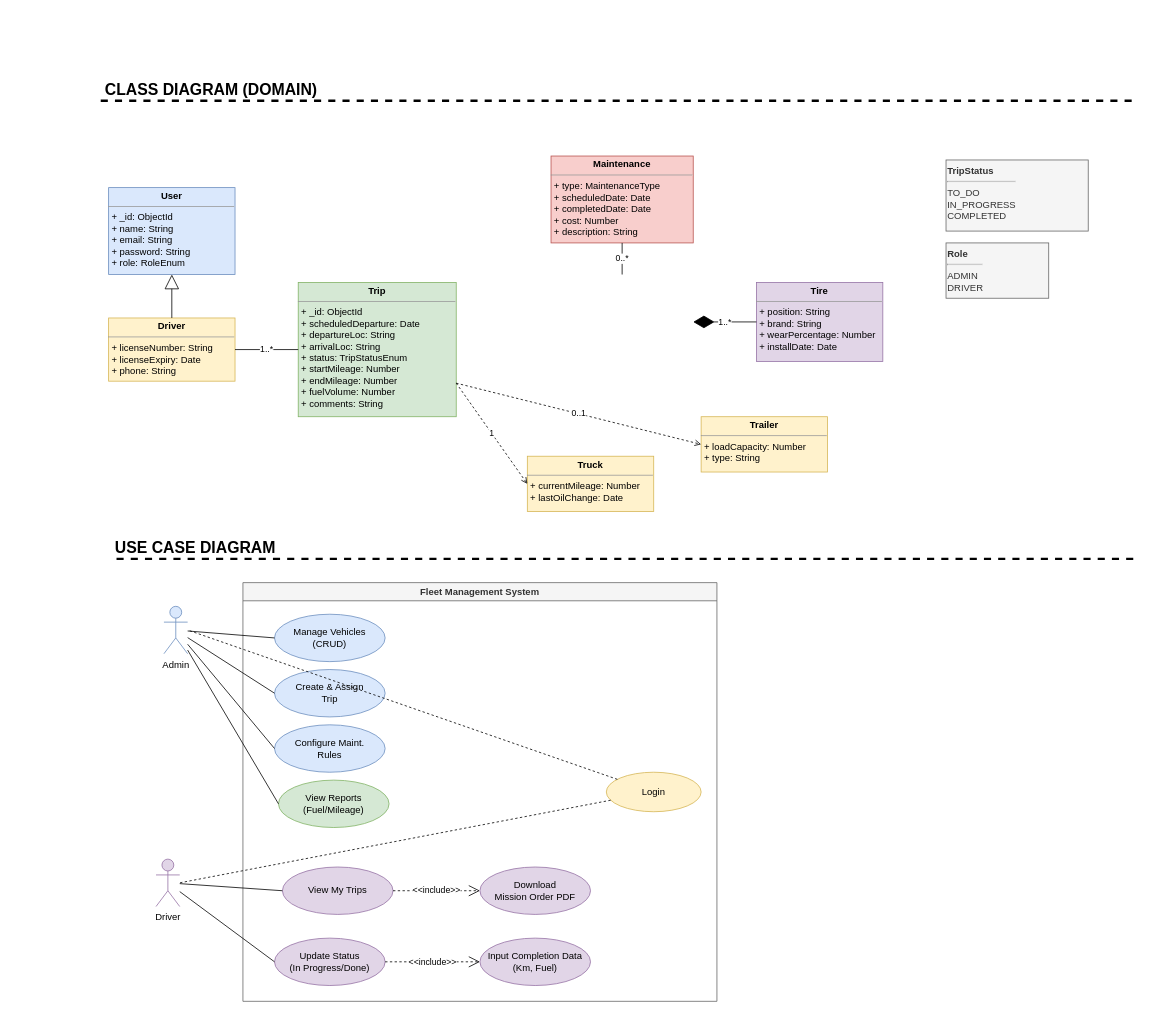
This is conception UML/diagramsUML.drawio from Keltoummalouki/TruckFlow, a draw.io file, before an edit. Source tidied: cells renumbered, new cells numbered last; positions are measured from the earlier drawing's top-left corner, leaving out a move shared by most shapes. Both pictures are drawn from the tidied source at 79%, with x=0, y=0 at pixel (37, 77).
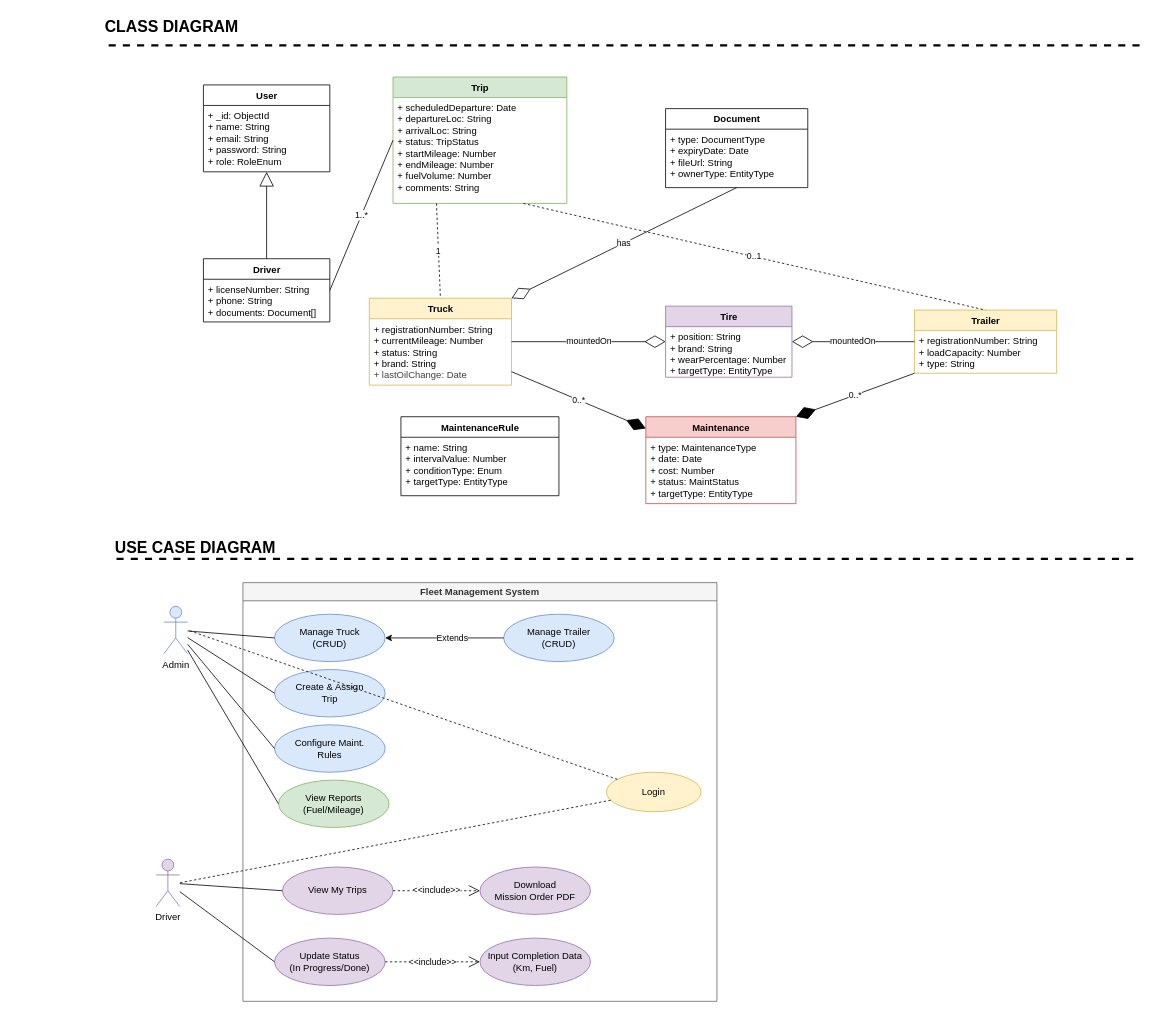
After the change.

Commit message (it also covers changes not shown here):
TF-2 #done class diagram correction

Unchanged cells that the change refers to:
```xml
<mxCell id="22" value="Fleet Management System" style="swimlane;whiteSpace=wrap;html=1;startSize=23;fillColor=#f5f5f5;strokeColor=#666666;fontColor=#333333;" parent="1" vertex="1">
  <mxGeometry x="260" y="640" width="600" height="530" as="geometry" />
</mxCell>
```

Diff of the diagram source:
```diff
@@
-    <mxCell id="2" value="CLASS DIAGRAM (DOMAIN)" style="text;html=1;strokeColor=none;fillColor=none;align=center;verticalAlign=middle;whiteSpace=wrap;rounded=0;fontSize=20;fontStyle=1;" parent="1" vertex="1">
-      <mxGeometry x="20" width="400" height="30" as="geometry" />
+    <mxCell id="2" value="CLASS DIAGRAM" style="text;html=1;strokeColor=none;fillColor=none;align=center;verticalAlign=middle;whiteSpace=wrap;rounded=0;fontSize=20;fontStyle=1;" parent="1" vertex="1">
+      <mxGeometry x="-30" y="-80" width="400" height="30" as="geometry" />
     </mxCell>
-    <mxCell id="3" value="&lt;p style=&quot;margin:0px;margin-top:4px;text-align:center;&quot;&gt;&lt;b&gt;User&lt;/b&gt;&lt;/p&gt;&lt;hr size=&quot;1&quot;/&gt;&lt;p style=&quot;margin:0px;margin-left:4px;&quot;&gt;+ _id: ObjectId&lt;/p&gt;&lt;p style=&quot;margin:0px;margin-left:4px;&quot;&gt;+ name: String&lt;/p&gt;&lt;p style=&quot;margin:0px;margin-left:4px;&quot;&gt;+ email: String&lt;/p&gt;&lt;p style=&quot;margin:0px;margin-left:4px;&quot;&gt;+ password: String&lt;/p&gt;&lt;p style=&quot;margin:0px;margin-left:4px;&quot;&gt;+ role: RoleEnum&lt;/p&gt;" style="verticalAlign=top;align=left;overflow=fill;fontSize=12;fontFamily=Helvetica;html=1;fillColor=#dae8fc;strokeColor=#6c8ebf;" parent="1" vertex="1">
-      <mxGeometry x="90" y="140" width="160" height="110" as="geometry" />
-    </mxCell>
-    <mxCell id="4" value="&lt;p style=&quot;margin:0px;margin-top:4px;text-align:center;&quot;&gt;&lt;b&gt;Driver&lt;/b&gt;&lt;/p&gt;&lt;hr size=&quot;1&quot;/&gt;&lt;p style=&quot;margin:0px;margin-left:4px;&quot;&gt;+ licenseNumber: String&lt;/p&gt;&lt;p style=&quot;margin:0px;margin-left:4px;&quot;&gt;+ licenseExpiry: Date&lt;/p&gt;&lt;p style=&quot;margin:0px;margin-left:4px;&quot;&gt;+ phone: String&lt;/p&gt;" style="verticalAlign=top;align=left;overflow=fill;fontSize=12;fontFamily=Helvetica;html=1;fillColor=#fff2cc;strokeColor=#d6b656;" parent="1" vertex="1">
-      <mxGeometry x="90" y="305" width="160" height="80" as="geometry" />
-    </mxCell>
-    <mxCell id="5" style="endArrow=block;endSize=16;endFill=0;html=1;rounded=0;exitX=0.5;exitY=0;exitDx=0;exitDy=0;entryX=0.5;entryY=1;entryDx=0;entryDy=0;" parent="1" edge="1" source="4" target="3">
-      <mxGeometry relative="1" as="geometry" />
-    </mxCell>
-    <mxCell id="6" value="&lt;p style=&quot;margin:0px;margin-top:4px;text-align:center;&quot;&gt;&lt;b&gt;Trip&lt;/b&gt;&lt;/p&gt;&lt;hr size=&quot;1&quot;/&gt;&lt;p style=&quot;margin:0px;margin-left:4px;&quot;&gt;+ _id: ObjectId&lt;/p&gt;&lt;p style=&quot;margin:0px;margin-left:4px;&quot;&gt;+ scheduledDeparture: Date&lt;/p&gt;&lt;p style=&quot;margin:0px;margin-left:4px;&quot;&gt;+ departureLoc: String&lt;/p&gt;&lt;p style=&quot;margin:0px;margin-left:4px;&quot;&gt;+ arrivalLoc: String&lt;/p&gt;&lt;p style=&quot;margin:0px;margin-left:4px;&quot;&gt;+ status: TripStatusEnum&lt;/p&gt;&lt;p style=&quot;margin:0px;margin-left:4px;&quot;&gt;+ startMileage: Number&lt;/p&gt;&lt;p style=&quot;margin:0px;margin-left:4px;&quot;&gt;+ endMileage: Number&lt;/p&gt;&lt;p style=&quot;margin:0px;margin-left:4px;&quot;&gt;+ fuelVolume: Number&lt;/p&gt;&lt;p style=&quot;margin:0px;margin-left:4px;&quot;&gt;+ comments: String&lt;/p&gt;" style="verticalAlign=top;align=left;overflow=fill;fontSize=12;fontFamily=Helvetica;html=1;fillColor=#d5e8d4;strokeColor=#82b366;" parent="1" vertex="1">
-      <mxGeometry x="330" y="260" width="200" height="170" as="geometry" />
-    </mxCell>
-    <mxCell id="7" value="1..*" style="endArrow=none;html=1;rounded=0;entryX=0;entryY=0.5;entryDx=0;entryDy=0;exitX=1;exitY=0.5;exitDx=0;exitDy=0;" parent="1" edge="1" source="4" target="6">
-      <mxGeometry relative="1" as="geometry" />
-    </mxCell>
-    <mxCell id="8" value="&lt;p style=&quot;margin:0px;margin-top:4px;text-align:center;&quot;&gt;&lt;b&gt;Truck&lt;/b&gt;&lt;/p&gt;&lt;hr size=&quot;1&quot;/&gt;&lt;p style=&quot;margin:0px;margin-left:4px;&quot;&gt;+ currentMileage: Number&lt;/p&gt;&lt;p style=&quot;margin:0px;margin-left:4px;&quot;&gt;+ lastOilChange: Date&lt;/p&gt;" style="verticalAlign=top;align=left;overflow=fill;fontSize=12;fontFamily=Helvetica;html=1;fillColor=#fff2cc;strokeColor=#d6b656;" parent="1" vertex="1">
-      <mxGeometry x="620" y="480" width="160" height="70" as="geometry" />
-    </mxCell>
-    <mxCell id="9" value="&lt;p style=&quot;margin:0px;margin-top:4px;text-align:center;&quot;&gt;&lt;b&gt;Trailer&lt;/b&gt;&lt;/p&gt;&lt;hr size=&quot;1&quot;/&gt;&lt;p style=&quot;margin:0px;margin-left:4px;&quot;&gt;+ loadCapacity: Number&lt;/p&gt;&lt;p style=&quot;margin:0px;margin-left:4px;&quot;&gt;+ type: String&lt;/p&gt;" style="verticalAlign=top;align=left;overflow=fill;fontSize=12;fontFamily=Helvetica;html=1;fillColor=#fff2cc;strokeColor=#d6b656;" parent="1" vertex="1">
-      <mxGeometry x="840" y="430" width="160" height="70" as="geometry" />
-    </mxCell>
-    <mxCell id="10" value="&lt;p style=&quot;margin:0px;margin-top:4px;text-align:center;&quot;&gt;&lt;b&gt;Tire&lt;/b&gt;&lt;/p&gt;&lt;hr size=&quot;1&quot;/&gt;&lt;p style=&quot;margin:0px;margin-left:4px;&quot;&gt;+ position: String&lt;/p&gt;&lt;p style=&quot;margin:0px;margin-left:4px;&quot;&gt;+ brand: String&lt;/p&gt;&lt;p style=&quot;margin:0px;margin-left:4px;&quot;&gt;+ wearPercentage: Number&lt;/p&gt;&lt;p style=&quot;margin:0px;margin-left:4px;&quot;&gt;+ installDate: Date&lt;/p&gt;" style="verticalAlign=top;align=left;overflow=fill;fontSize=12;fontFamily=Helvetica;html=1;fillColor=#e1d5e7;strokeColor=#9673a6;" parent="1" vertex="1">
-      <mxGeometry x="910" y="260" width="160" height="100" as="geometry" />
-    </mxCell>
-    <mxCell id="11" value="1..*" style="endArrow=diamondThin;endFill=1;endSize=24;html=1;rounded=0;exitX=0;exitY=0.5;exitDx=0;exitDy=0;entryX=1;entryY=0.5;entryDx=0;entryDy=0;" parent="1" edge="1" source="10">
-      <mxGeometry relative="1" as="geometry">
-        <mxPoint x="830" y="310" as="targetPoint" />
-      </mxGeometry>
-    </mxCell>
-    <mxCell id="12" value="&lt;p style=&quot;margin:0px;margin-top:4px;text-align:center;&quot;&gt;&lt;b&gt;Maintenance&lt;/b&gt;&lt;/p&gt;&lt;hr size=&quot;1&quot;/&gt;&lt;p style=&quot;margin:0px;margin-left:4px;&quot;&gt;+ type: MaintenanceType&lt;/p&gt;&lt;p style=&quot;margin:0px;margin-left:4px;&quot;&gt;+ scheduledDate: Date&lt;/p&gt;&lt;p style=&quot;margin:0px;margin-left:4px;&quot;&gt;+ completedDate: Date&lt;/p&gt;&lt;p style=&quot;margin:0px;margin-left:4px;&quot;&gt;+ cost: Number&lt;/p&gt;&lt;p style=&quot;margin:0px;margin-left:4px;&quot;&gt;+ description: String&lt;/p&gt;" style="verticalAlign=top;align=left;overflow=fill;fontSize=12;fontFamily=Helvetica;html=1;fillColor=#f8cecc;strokeColor=#b85450;" parent="1" vertex="1">
-      <mxGeometry x="650" y="100" width="180" height="110" as="geometry" />
-    </mxCell>
-    <mxCell id="13" value="0..*" style="endArrow=none;html=1;rounded=0;entryX=0.5;entryY=1;entryDx=0;entryDy=0;exitX=0.5;exitY=0;exitDx=0;exitDy=0;" parent="1" edge="1" target="12">
-      <mxGeometry relative="1" as="geometry">
-        <mxPoint x="740" y="250" as="sourcePoint" />
-      </mxGeometry>
-    </mxCell>
-    <mxCell id="14" value="1" style="endArrow=open;html=1;rounded=0;entryX=0;entryY=0.5;entryDx=0;entryDy=0;exitX=1;exitY=0.75;exitDx=0;exitDy=0;dashed=1;" parent="1" edge="1" source="6" target="8">
-      <mxGeometry relative="1" as="geometry" />
-    </mxCell>
-    <mxCell id="15" value="0..1" style="endArrow=open;html=1;rounded=0;entryX=0;entryY=0.5;entryDx=0;entryDy=0;exitX=1;exitY=0.75;exitDx=0;exitDy=0;dashed=1;" parent="1" edge="1" source="6" target="9">
-      <mxGeometry relative="1" as="geometry" />
-    </mxCell>
-    <mxCell id="16" value="&lt;b&gt;Role&lt;/b&gt;&lt;hr&gt;ADMIN&lt;br&gt;DRIVER" style="html=1;whiteSpace=wrap;fillColor=#f5f5f5;strokeColor=#666666;fontColor=#333333;verticalAlign=top;align=left;" parent="1" vertex="1">
-      <mxGeometry x="1150" y="210" width="130" height="70" as="geometry" />
-    </mxCell>
-    <mxCell id="17" value="&lt;b&gt;TripStatus&lt;/b&gt;&lt;hr&gt;TO_DO&lt;br&gt;IN_PROGRESS&lt;br&gt;COMPLETED" style="html=1;whiteSpace=wrap;fillColor=#f5f5f5;strokeColor=#666666;fontColor=#333333;verticalAlign=top;align=left;" parent="1" vertex="1">
-      <mxGeometry x="1150" y="105" width="180" height="90" as="geometry" />
-    </mxCell>
@@
-    <mxCell id="23" value="Manage Vehicles&lt;br&gt;(CRUD)" style="ellipse;whiteSpace=wrap;html=1;fillColor=#dae8fc;strokeColor=#6c8ebf;" parent="22" vertex="1">
+    <mxCell id="23" value="Manage Truck&lt;br&gt;(CRUD)" style="ellipse;whiteSpace=wrap;html=1;fillColor=#dae8fc;strokeColor=#6c8ebf;" parent="22" vertex="1">
       <mxGeometry x="40" y="40" width="140" height="60" as="geometry" />
     </mxCell>
@@
+    <mxCell id="43" value="Manage Trailer&lt;br&gt;(CRUD)" style="ellipse;whiteSpace=wrap;html=1;fillColor=#dae8fc;strokeColor=#6c8ebf;" parent="22" vertex="1">
+      <mxGeometry x="330" y="40" width="140" height="60" as="geometry" />
+    </mxCell>
+    <mxCell id="44" style="endArrow=classic;html=1;exitX=0;exitY=0.5;exitDx=0;exitDy=0;" parent="22" edge="1" source="43" target="23">
+      <mxGeometry relative="1" as="geometry" />
+    </mxCell>
+    <mxCell id="45" value="Extends" style="edgeLabel;html=1;align=center;verticalAlign=middle;" parent="44" vertex="1">
+      <mxGeometry x="-0.12" relative="1" as="geometry" />
+    </mxCell>
@@
     <mxCell id="42" style="endArrow=none;html=1;strokeWidth=3;dashed=1;" parent="1" edge="1">
       <mxGeometry relative="1" as="geometry">
-        <mxPoint x="80" y="30" as="sourcePoint" />
-        <mxPoint x="1393.6" y="30" as="targetPoint" />
+        <mxPoint x="90" y="-40" as="sourcePoint" />
+        <mxPoint x="1403.6" y="-40" as="targetPoint" />
       </mxGeometry>
     </mxCell>
+    <mxCell id="46" value="User" style="swimlane;fontStyle=1;align=center;verticalAlign=top;horizontal=1;startSize=26;html=1;" parent="1" vertex="1">
+      <mxGeometry x="210" y="10" width="160" height="110" as="geometry" />
+    </mxCell>
+    <mxCell id="47" value="+ _id: ObjectId&#10;+ name: String&#10;+ email: String&#10;+ password: String&#10;+ role: RoleEnum" style="text;strokeColor=none;fillColor=none;align=left;verticalAlign=top;spacingLeft=4;spacingRight=4;overflow=hidden;whiteSpace=wrap;html=1;" parent="46" vertex="1">
+      <mxGeometry y="26" width="160" height="84" as="geometry" />
+    </mxCell>
+    <mxCell id="48" value="Driver" style="swimlane;fontStyle=1;align=center;verticalAlign=top;horizontal=1;startSize=26;html=1;" parent="1" vertex="1">
+      <mxGeometry x="210" y="230" width="160" height="80" as="geometry" />
+    </mxCell>
+    <mxCell id="49" value="+ licenseNumber: String&#10;+ phone: String&#10;+ documents: Document[]" style="text;strokeColor=none;fillColor=none;align=left;verticalAlign=top;spacingLeft=4;spacingRight=4;overflow=hidden;whiteSpace=wrap;html=1;" parent="48" vertex="1">
+      <mxGeometry y="26" width="160" height="54" as="geometry" />
+    </mxCell>
+    <mxCell id="50" style="endArrow=block;endSize=16;endFill=0;html=1;rounded=0;exitX=0.5;exitY=0;exitDx=0;exitDy=0;entryX=0.5;entryY=1;entryDx=0;entryDy=0;" parent="1" edge="1" source="48" target="46">
+      <mxGeometry relative="1" as="geometry" />
+    </mxCell>
+    <mxCell id="51" value="Trip" style="swimlane;fontStyle=1;align=center;verticalAlign=top;horizontal=1;startSize=26;html=1;fillColor=#d5e8d4;strokeColor=#82b366;" parent="1" vertex="1">
+      <mxGeometry x="450" width="220" height="160" as="geometry" />
+    </mxCell>
+    <mxCell id="52" value="+ scheduledDeparture: Date&#10;+ departureLoc: String&#10;+ arrivalLoc: String&#10;+ status: TripStatus&#10;+ startMileage: Number&#10;+ endMileage: Number&#10;+ fuelVolume: Number&#10;+ comments: String" style="text;strokeColor=none;fillColor=none;align=left;verticalAlign=top;spacingLeft=4;spacingRight=4;overflow=hidden;whiteSpace=wrap;html=1;" parent="51" vertex="1">
+      <mxGeometry y="26" width="220" height="134" as="geometry" />
+    </mxCell>
+    <mxCell id="53" value="Truck" style="swimlane;fontStyle=1;align=center;verticalAlign=top;horizontal=1;startSize=26;html=1;fillColor=#fff2cc;strokeColor=#d6b656;" parent="1" vertex="1">
+      <mxGeometry x="420" y="280" width="180" height="110" as="geometry" />
+    </mxCell>
+    <mxCell id="54" value="+ registrationNumber: String&lt;br&gt;+ currentMileage: Number&lt;br&gt;+ status: String&lt;br&gt;+ brand: String&lt;div&gt;&lt;span style=&quot;color: rgb(63, 63, 63); text-wrap-mode: nowrap;&quot;&gt;+ lastOilChange: Date&lt;/span&gt;&lt;/div&gt;" style="text;strokeColor=none;fillColor=none;align=left;verticalAlign=top;spacingLeft=4;spacingRight=4;overflow=hidden;whiteSpace=wrap;html=1;" parent="53" vertex="1">
+      <mxGeometry y="26" width="180" height="84" as="geometry" />
+    </mxCell>
+    <mxCell id="55" value="Trailer" style="swimlane;fontStyle=1;align=center;verticalAlign=top;horizontal=1;startSize=26;html=1;fillColor=#fff2cc;strokeColor=#d6b656;" parent="1" vertex="1">
+      <mxGeometry x="1110" y="295" width="180" height="80" as="geometry" />
+    </mxCell>
+    <mxCell id="56" value="+ registrationNumber: String&#10;+ loadCapacity: Number&#10;+ type: String" style="text;strokeColor=none;fillColor=none;align=left;verticalAlign=top;spacingLeft=4;spacingRight=4;overflow=hidden;whiteSpace=wrap;html=1;" parent="55" vertex="1">
+      <mxGeometry y="26" width="180" height="54" as="geometry" />
+    </mxCell>
+    <mxCell id="57" value="Maintenance" style="swimlane;fontStyle=1;align=center;verticalAlign=top;horizontal=1;startSize=26;html=1;fillColor=#f8cecc;strokeColor=#b85450;" parent="1" vertex="1">
+      <mxGeometry x="770" y="430" width="190" height="110" as="geometry" />
+    </mxCell>
+    <mxCell id="58" value="+ type: MaintenanceType&#10;+ date: Date&#10;+ cost: Number&#10;+ status: MaintStatus&#10;+ targetType: EntityType" style="text;strokeColor=none;fillColor=none;align=left;verticalAlign=top;spacingLeft=4;spacingRight=4;overflow=hidden;whiteSpace=wrap;html=1;" parent="57" vertex="1">
+      <mxGeometry y="26" width="190" height="84" as="geometry" />
+    </mxCell>
+    <mxCell id="59" value="MaintenanceRule" style="swimlane;fontStyle=1;align=center;verticalAlign=top;horizontal=1;startSize=26;html=1;" parent="1" vertex="1">
+      <mxGeometry x="460" y="430" width="200" height="100" as="geometry" />
+    </mxCell>
+    <mxCell id="60" value="+ name: String&#10;+ intervalValue: Number&#10;+ conditionType: Enum&#10;+ targetType: EntityType" style="text;strokeColor=none;fillColor=none;align=left;verticalAlign=top;spacingLeft=4;spacingRight=4;overflow=hidden;whiteSpace=wrap;html=1;" parent="59" vertex="1">
+      <mxGeometry y="26" width="200" height="74" as="geometry" />
+    </mxCell>
+    <mxCell id="61" value="Document" style="swimlane;fontStyle=1;align=center;verticalAlign=top;horizontal=1;startSize=26;html=1;" parent="1" vertex="1">
+      <mxGeometry x="795" y="40" width="180" height="100" as="geometry" />
+    </mxCell>
+    <mxCell id="62" value="+ type: DocumentType&#10;+ expiryDate: Date&#10;+ fileUrl: String&#10;+ ownerType: EntityType" style="text;strokeColor=none;fillColor=none;align=left;verticalAlign=top;spacingLeft=4;spacingRight=4;overflow=hidden;whiteSpace=wrap;html=1;" parent="61" vertex="1">
+      <mxGeometry y="26" width="180" height="74" as="geometry" />
+    </mxCell>
+    <mxCell id="63" value="Tire" style="swimlane;fontStyle=1;align=center;verticalAlign=top;horizontal=1;startSize=26;html=1;fillColor=#e1d5e7;strokeColor=#9673a6;" parent="1" vertex="1">
+      <mxGeometry x="795" y="290" width="160" height="90" as="geometry" />
+    </mxCell>
+    <mxCell id="64" value="+ position: String&#10;+ brand: String&#10;+ wearPercentage: Number&#10;+ targetType: EntityType" style="text;strokeColor=none;fillColor=none;align=left;verticalAlign=top;spacingLeft=4;spacingRight=4;overflow=hidden;whiteSpace=wrap;html=1;" parent="63" vertex="1">
+      <mxGeometry y="26" width="160" height="64" as="geometry" />
+    </mxCell>
+    <mxCell id="65" value="1..*" style="endArrow=none;html=1;rounded=0;exitX=1;exitY=0.5;exitDx=0;exitDy=0;entryX=0;entryY=0.5;entryDx=0;entryDy=0;" parent="1" edge="1" source="48" target="51">
+      <mxGeometry relative="1" as="geometry" />
+    </mxCell>
+    <mxCell id="14" value="1" style="endArrow=none;html=1;rounded=0;entryX=0.5;entryY=0;entryDx=0;entryDy=0;exitX=0.25;exitY=1;exitDx=0;exitDy=0;dashed=1;" parent="1" edge="1" source="51" target="53">
+      <mxGeometry relative="1" as="geometry" />
+    </mxCell>
+    <mxCell id="15" value="0..1" style="endArrow=none;html=1;rounded=0;entryX=0.5;entryY=0;entryDx=0;entryDy=0;exitX=0.75;exitY=1;exitDx=0;exitDy=0;dashed=1;" parent="1" edge="1" source="51" target="55">
+      <mxGeometry relative="1" as="geometry" />
+    </mxCell>
+    <mxCell id="66" value="0..*" style="endArrow=diamondThin;endFill=1;endSize=24;html=1;rounded=0;" parent="1" edge="1" source="53" target="57">
+      <mxGeometry relative="1" as="geometry" />
+    </mxCell>
+    <mxCell id="67" value="0..*" style="endArrow=diamondThin;endFill=1;endSize=24;html=1;rounded=0;exitX=0;exitY=1;exitDx=0;exitDy=0;entryX=1;entryY=0;entryDx=0;entryDy=0;" parent="1" edge="1" source="55" target="57">
+      <mxGeometry relative="1" as="geometry" />
+    </mxCell>
+    <mxCell id="68" value="mountedOn" style="endArrow=diamondThin;endFill=0;endSize=24;html=1;rounded=0;" parent="1" edge="1" source="53" target="63">
+      <mxGeometry relative="1" as="geometry" />
+    </mxCell>
+    <mxCell id="69" value="mountedOn" style="endArrow=diamondThin;endFill=0;endSize=24;html=1;rounded=0;" parent="1" edge="1" source="55" target="63">
+      <mxGeometry relative="1" as="geometry" />
+    </mxCell>
+    <mxCell id="70" value="has" style="endArrow=diamondThin;endFill=0;endSize=24;html=1;rounded=0;exitX=0.5;exitY=1;exitDx=0;exitDy=0;entryX=1;entryY=0;entryDx=0;entryDy=0;" parent="1" edge="1" source="61" target="53">
+      <mxGeometry relative="1" as="geometry" />
+    </mxCell>
```
